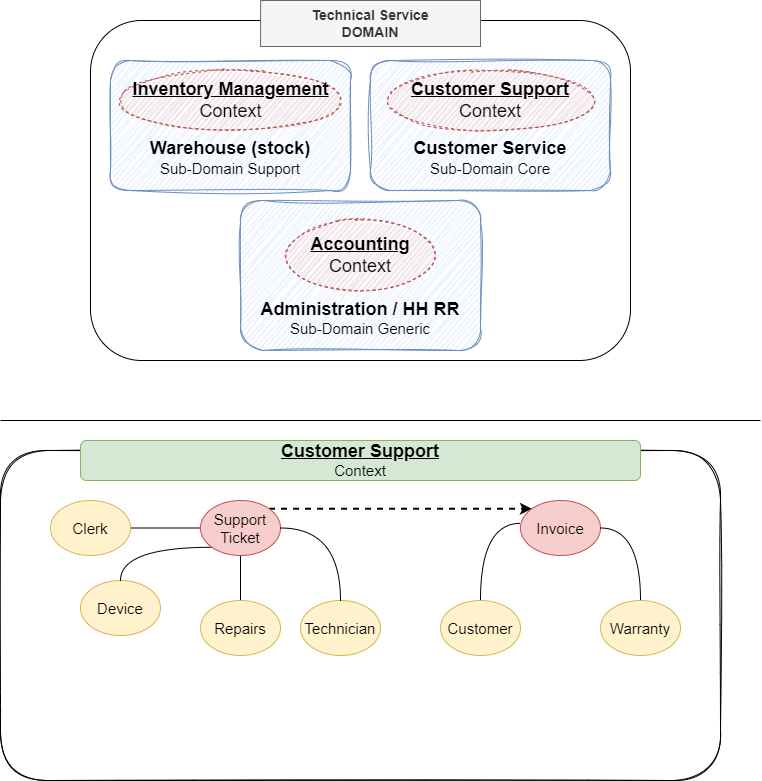
Earlier version of the draw.io export assets/DDD-ServicioTecnico-EdinsonAcosta-BigPicture-Corrected.png (training-practice-sofkau/C1-2023--DDD-Uruguay). Source tidied: cells renumbered, new cells last; positions are measured from the earlier drawing's top-left corner, leaving out a move shared by most shapes.
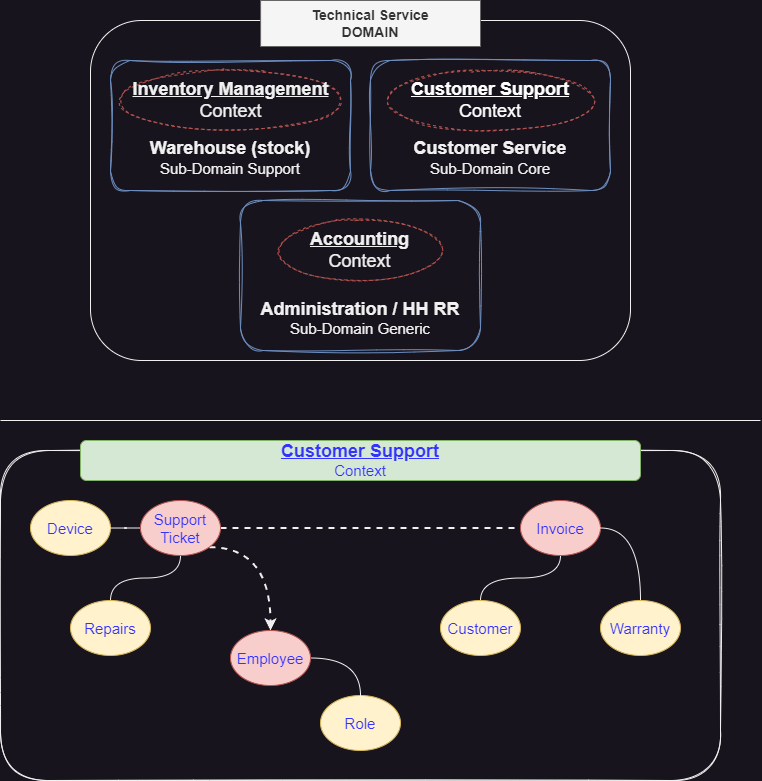
The same file after the commit.

What changed in the source:
```diff
@@ -8,34 +8,34 @@
     <mxCell id="3" style="rounded=1;whiteSpace=wrap;html=1;fillColor=none;" parent="2" vertex="1">
       <mxGeometry y="20" width="540" height="340" as="geometry" />
     </mxCell>
+    <mxCell id="8" style="group;" parent="2" vertex="1">
+      <mxGeometry x="20" y="60" width="240" height="130" as="geometry" />
+    </mxCell>
+    <mxCell id="9" value="&lt;font style=&quot;&quot;&gt;&lt;b style=&quot;font-size: 18px;&quot;&gt;&lt;br&gt;&lt;br&gt;&lt;br&gt;Warehouse (stock)&lt;/b&gt;&lt;br&gt;&lt;font style=&quot;font-size: 15px;&quot;&gt;Sub-Domain Support&lt;/font&gt;&lt;br&gt;&lt;/font&gt;" style="text;html=1;align=center;verticalAlign=middle;whiteSpace=wrap;rounded=1;fontSize=12;fillColor=none;strokeColor=#6c8ebf;sketch=1;curveFitting=1;jiggle=2;" parent="8" vertex="1">
+      <mxGeometry width="240" height="130" as="geometry" />
+    </mxCell>
+    <mxCell id="10" value="&lt;u style=&quot;font-weight: bold;&quot;&gt;Inventory Management&lt;/u&gt;&lt;br&gt;Context" style="ellipse;whiteSpace=wrap;html=1;rounded=1;dashed=1;sketch=1;fontSize=18;fillColor=none;strokeColor=#b85450;" parent="8" vertex="1">
+      <mxGeometry x="7.5" y="10" width="225" height="60" as="geometry" />
+    </mxCell>
     <mxCell id="4" value="&lt;span style=&quot;font-size: 14px;&quot;&gt;&lt;b&gt;Technical Service&lt;br&gt;DOMAIN&lt;br&gt;&lt;/b&gt;&lt;/span&gt;" style="text;html=1;strokeColor=#666666;fillColor=#f5f5f5;align=center;verticalAlign=middle;whiteSpace=wrap;rounded=0;fontSize=12;fontColor=#333333;" parent="2" vertex="1">
       <mxGeometry x="170.1" width="219.9" height="46" as="geometry" />
     </mxCell>
     <mxCell id="5" style="group;" parent="2" vertex="1">
       <mxGeometry x="150" y="200" width="240" height="150" as="geometry" />
     </mxCell>
-    <mxCell id="6" value="&lt;b style=&quot;font-size: 18px;&quot;&gt;&lt;br&gt;&lt;br&gt;&lt;br&gt;&lt;br&gt;Administration / HH RR&lt;/b&gt;&lt;br&gt;&lt;font style=&quot;font-size: 15px;&quot;&gt;Sub-Domain Generic&lt;/font&gt;" style="text;html=1;strokeColor=#6c8ebf;fillColor=#dae8fc;align=center;verticalAlign=middle;whiteSpace=wrap;rounded=1;fontSize=12;sketch=1;curveFitting=1;jiggle=2;" parent="5" vertex="1">
+    <mxCell id="6" value="&lt;b style=&quot;font-size: 18px;&quot;&gt;&lt;br&gt;&lt;br&gt;&lt;br&gt;&lt;br&gt;Administration / HH RR&lt;/b&gt;&lt;br&gt;&lt;font style=&quot;font-size: 15px;&quot;&gt;Sub-Domain Generic&lt;/font&gt;" style="text;html=1;strokeColor=#6c8ebf;fillColor=none;align=center;verticalAlign=middle;whiteSpace=wrap;rounded=1;fontSize=12;sketch=1;curveFitting=1;jiggle=2;" parent="5" vertex="1">
       <mxGeometry width="240" height="150" as="geometry" />
     </mxCell>
-    <mxCell id="7" value="&lt;u style=&quot;font-weight: bold;&quot;&gt;Accounting&lt;/u&gt;&lt;br&gt;Context" style="ellipse;whiteSpace=wrap;html=1;rounded=1;dashed=1;sketch=1;fontSize=18;fillColor=#f8cecc;strokeColor=#b85450;" parent="5" vertex="1">
-      <mxGeometry x="45" y="20" width="150" height="70" as="geometry" />
+    <mxCell id="7" value="&lt;u style=&quot;font-weight: bold;&quot;&gt;Accounting&lt;/u&gt;&lt;br&gt;Context" style="ellipse;whiteSpace=wrap;html=1;rounded=1;dashed=1;sketch=1;fontSize=18;fillColor=none;strokeColor=#b85450;" parent="5" vertex="1">
+      <mxGeometry x="37.5" y="20" width="165" height="60" as="geometry" />
     </mxCell>
-    <mxCell id="8" style="group;" parent="2" vertex="1">
-      <mxGeometry x="20" y="60" width="240" height="130" as="geometry" />
-    </mxCell>
-    <mxCell id="9" value="&lt;font style=&quot;&quot;&gt;&lt;b style=&quot;font-size: 18px;&quot;&gt;&lt;br&gt;&lt;br&gt;&lt;br&gt;Warehouse (stock)&lt;/b&gt;&lt;br&gt;&lt;font style=&quot;font-size: 15px;&quot;&gt;Sub-Domain Support&lt;/font&gt;&lt;br&gt;&lt;/font&gt;" style="text;html=1;align=center;verticalAlign=middle;whiteSpace=wrap;rounded=1;fontSize=12;fillColor=#dae8fc;strokeColor=#6c8ebf;sketch=1;curveFitting=1;jiggle=2;" parent="8" vertex="1">
-      <mxGeometry width="240" height="130" as="geometry" />
-    </mxCell>
-    <mxCell id="10" value="&lt;u style=&quot;font-weight: bold;&quot;&gt;Inventory Management&lt;/u&gt;&lt;br&gt;Context" style="ellipse;whiteSpace=wrap;html=1;rounded=1;dashed=1;sketch=1;fontSize=18;fillColor=#f8cecc;strokeColor=#b85450;" parent="8" vertex="1">
-      <mxGeometry x="7.5" y="10" width="225" height="60" as="geometry" />
-    </mxCell>
     <mxCell id="11" style="group;" parent="2" vertex="1">
       <mxGeometry x="280" y="60" width="240" height="130" as="geometry" />
     </mxCell>
-    <mxCell id="12" value="&lt;font style=&quot;&quot;&gt;&lt;b style=&quot;font-size: 18px;&quot;&gt;&lt;br&gt;&lt;br&gt;&lt;br&gt;Customer Service&lt;/b&gt;&lt;br&gt;&lt;font style=&quot;font-size: 15px;&quot;&gt;Sub-Domain Core&lt;/font&gt;&lt;br&gt;&lt;/font&gt;" style="text;html=1;strokeColor=#6c8ebf;fillColor=#dae8fc;align=center;verticalAlign=middle;whiteSpace=wrap;rounded=1;fontSize=12;sketch=1;curveFitting=1;jiggle=2;" parent="11" vertex="1">
+    <mxCell id="12" value="&lt;font style=&quot;&quot;&gt;&lt;b style=&quot;font-size: 18px;&quot;&gt;&lt;br&gt;&lt;br&gt;&lt;br&gt;Customer Service&lt;/b&gt;&lt;br&gt;&lt;font style=&quot;font-size: 15px;&quot;&gt;Sub-Domain Core&lt;/font&gt;&lt;br&gt;&lt;/font&gt;" style="text;html=1;strokeColor=#6c8ebf;fillColor=none;align=center;verticalAlign=middle;whiteSpace=wrap;rounded=1;fontSize=12;sketch=1;curveFitting=1;jiggle=2;" parent="11" vertex="1">
       <mxGeometry width="240" height="130" as="geometry" />
     </mxCell>
-    <mxCell id="13" value="&lt;b&gt;&lt;u&gt;Customer Support&lt;br&gt;&lt;/u&gt;&lt;/b&gt;Context" style="ellipse;whiteSpace=wrap;html=1;rounded=1;dashed=1;sketch=1;fontSize=18;fillColor=#f8cecc;strokeColor=#b85450;" parent="11" vertex="1">
+    <mxCell id="13" value="&lt;b&gt;&lt;u&gt;Customer Support&lt;br&gt;&lt;/u&gt;&lt;/b&gt;Context" style="ellipse;whiteSpace=wrap;html=1;rounded=1;dashed=1;sketch=1;fontSize=18;fillColor=none;strokeColor=#b85450;fontColor=#FFFFFF;" parent="11" vertex="1">
       <mxGeometry x="15" y="10" width="210" height="60" as="geometry" />
     </mxCell>
     <mxCell id="14" style="endArrow=none;html=1;rounded=0;fontSize=18;curved=1;" parent="1" edge="1">
@@ -47,53 +47,53 @@
     <mxCell id="15" style="rounded=1;whiteSpace=wrap;html=1;sketch=1;fontSize=18;fillColor=none;" parent="1" vertex="1">
       <mxGeometry y="450" width="720" height="330" as="geometry" />
     </mxCell>
-    <mxCell id="16" value="&lt;b style=&quot;border-color: var(--border-color); font-size: 18px;&quot;&gt;&lt;u style=&quot;border-color: var(--border-color);&quot;&gt;Customer Support&lt;br style=&quot;border-color: var(--border-color);&quot;&gt;&lt;/u&gt;&lt;/b&gt;Context" style="text;html=1;strokeColor=#82b366;fillColor=#d5e8d4;align=center;verticalAlign=middle;whiteSpace=wrap;rounded=1;fontSize=15;" parent="1" vertex="1">
+    <mxCell id="16" value="&lt;b style=&quot;border-color: var(--border-color); font-size: 18px;&quot;&gt;&lt;u style=&quot;border-color: var(--border-color);&quot;&gt;Customer Support&lt;br style=&quot;border-color: var(--border-color);&quot;&gt;&lt;/u&gt;&lt;/b&gt;Context" style="text;html=1;strokeColor=#82b366;fillColor=#d5e8d4;align=center;verticalAlign=middle;whiteSpace=wrap;rounded=1;fontSize=15;fontColor=#3333FF;" parent="1" vertex="1">
       <mxGeometry x="80" y="440" width="560" height="40" as="geometry" />
     </mxCell>
-    <mxCell id="17" style="edgeStyle=orthogonalEdgeStyle;curved=1;rounded=0;jettySize=auto;html=1;entryX=0;entryY=0.415;entryDx=0;entryDy=0;entryPerimeter=0;fontSize=15;endArrow=none;endFill=0;exitX=0.5;exitY=0;exitDx=0;exitDy=0;" parent="1" edge="1" source="18" target="25">
+    <mxCell id="17" style="edgeStyle=orthogonalEdgeStyle;curved=1;rounded=0;jettySize=auto;html=1;fontSize=15;endArrow=none;endFill=0;exitX=0.5;exitY=0;exitDx=0;exitDy=0;" parent="1" edge="1" source="18" target="25">
       <mxGeometry relative="1" as="geometry" />
     </mxCell>
-    <mxCell id="18" value="Customer" style="ellipse;whiteSpace=wrap;html=1;rounded=1;sketch=0;fontSize=15;fillColor=#fff2cc;strokeColor=#d6b656;" parent="1" vertex="1">
+    <mxCell id="18" value="Customer" style="ellipse;whiteSpace=wrap;html=1;rounded=1;sketch=0;fontSize=15;fillColor=#fff2cc;strokeColor=#d6b656;fontColor=#3333FF;" parent="1" vertex="1">
       <mxGeometry x="440" y="600" width="80" height="55" as="geometry" />
     </mxCell>
-    <mxCell id="19" value="Device" style="ellipse;whiteSpace=wrap;html=1;rounded=1;sketch=0;fontSize=15;fillColor=#fff2cc;strokeColor=#d6b656;" parent="1" vertex="1">
-      <mxGeometry x="80" y="580" width="80" height="55" as="geometry" />
+    <mxCell id="19" value="Device" style="ellipse;whiteSpace=wrap;html=1;rounded=1;sketch=0;fontSize=15;fillColor=#fff2cc;strokeColor=#d6b656;fontColor=#3333FF;" parent="1" vertex="1">
+      <mxGeometry x="30" y="500" width="80" height="55" as="geometry" />
     </mxCell>
-    <mxCell id="20" style="edgeStyle=orthogonalEdgeStyle;curved=1;rounded=0;jettySize=auto;html=1;fontSize=15;endArrow=none;endFill=0;" parent="1" edge="1" source="24" target="27">
-      <mxGeometry relative="1" as="geometry" />
-    </mxCell>
-    <mxCell id="21" style="edgeStyle=orthogonalEdgeStyle;curved=1;rounded=0;jettySize=auto;html=1;exitX=0;exitY=1;exitDx=0;exitDy=0;fontSize=15;endArrow=none;endFill=0;" parent="1" edge="1" source="24" target="19">
+    <mxCell id="21" style="edgeStyle=orthogonalEdgeStyle;curved=1;rounded=0;jettySize=auto;html=1;exitX=0;exitY=0.5;exitDx=0;exitDy=0;fontSize=15;endArrow=none;endFill=0;" parent="1" edge="1" source="24" target="19">
       <mxGeometry relative="1" as="geometry" />
     </mxCell>
     <mxCell id="22" style="edgeStyle=orthogonalEdgeStyle;curved=1;rounded=0;jettySize=auto;html=1;exitX=0.5;exitY=1;exitDx=0;exitDy=0;entryX=0.5;entryY=0;entryDx=0;entryDy=0;fontSize=15;endArrow=none;endFill=0;" parent="1" edge="1" source="24" target="29">
       <mxGeometry relative="1" as="geometry" />
     </mxCell>
-    <mxCell id="23" style="edgeStyle=orthogonalEdgeStyle;rounded=0;jettySize=auto;html=1;exitX=1;exitY=0;exitDx=0;exitDy=0;entryX=0;entryY=0;entryDx=0;entryDy=0;strokeWidth=2;fontSize=14;endArrow=classic;endFill=1;dashed=1;" parent="1" edge="1" source="24" target="25">
+    <mxCell id="23" style="edgeStyle=orthogonalEdgeStyle;rounded=0;jettySize=auto;html=1;exitX=1;exitY=0.5;exitDx=0;exitDy=0;entryX=0;entryY=0.5;entryDx=0;entryDy=0;strokeWidth=2;fontSize=14;endArrow=none;endFill=0;dashed=1;" parent="1" edge="1" source="24" target="25">
       <mxGeometry relative="1" as="geometry" />
     </mxCell>
+    <mxCell id="32" style="edgeStyle=orthogonalEdgeStyle;rounded=0;jettySize=auto;html=1;exitX=1;exitY=1;exitDx=0;exitDy=0;curved=1;dashed=1;strokeWidth=2;" parent="1" edge="1" source="24" target="33">
+      <mxGeometry relative="1" as="geometry" />
+    </mxCell>
-    <mxCell id="24" value="Support Ticket" style="ellipse;whiteSpace=wrap;html=1;rounded=1;sketch=0;fontSize=15;fillColor=#f8cecc;strokeColor=#b85450;" parent="1" vertex="1">
-      <mxGeometry x="200" y="500" width="80" height="55" as="geometry" />
+    <mxCell id="24" value="Support Ticket" style="ellipse;whiteSpace=wrap;html=1;rounded=1;sketch=0;fontSize=15;fillColor=#f8cecc;strokeColor=#b85450;fontColor=#3333FF;" parent="1" vertex="1">
+      <mxGeometry x="140" y="500" width="80" height="55" as="geometry" />
     </mxCell>
-    <mxCell id="25" value="Invoice" style="ellipse;whiteSpace=wrap;html=1;rounded=1;sketch=0;fontSize=15;fillColor=#f8cecc;strokeColor=#b85450;" parent="1" vertex="1">
+    <mxCell id="25" value="Invoice" style="ellipse;whiteSpace=wrap;html=1;rounded=1;sketch=0;fontSize=15;fillColor=#f8cecc;strokeColor=#b85450;fontColor=#3333FF;" parent="1" vertex="1">
       <mxGeometry x="520" y="500" width="80" height="55" as="geometry" />
     </mxCell>
-    <mxCell id="26" value="Technician" style="ellipse;whiteSpace=wrap;html=1;rounded=1;sketch=0;fontSize=15;fillColor=#fff2cc;strokeColor=#d6b656;" parent="1" vertex="1">
-      <mxGeometry x="300" y="600" width="80" height="55" as="geometry" />
+    <mxCell id="26" value="Role" style="ellipse;whiteSpace=wrap;html=1;rounded=1;sketch=0;fontSize=15;fillColor=#fff2cc;strokeColor=#d6b656;fontColor=#3333FF;" parent="1" vertex="1">
+      <mxGeometry x="320" y="695" width="80" height="55" as="geometry" />
     </mxCell>
-    <mxCell id="27" value="Clerk" style="ellipse;whiteSpace=wrap;html=1;rounded=1;sketch=0;fontSize=15;fillColor=#fff2cc;strokeColor=#d6b656;" parent="1" vertex="1">
-      <mxGeometry x="50" y="500" width="80" height="55" as="geometry" />
-    </mxCell>
-    <mxCell id="28" style="edgeStyle=orthogonalEdgeStyle;curved=1;rounded=0;jettySize=auto;html=1;entryX=0.5;entryY=0;entryDx=0;entryDy=0;fontSize=15;endArrow=none;endFill=0;exitX=1;exitY=0.5;exitDx=0;exitDy=0;" parent="1" edge="1" source="24" target="26">
+    <mxCell id="28" style="edgeStyle=orthogonalEdgeStyle;curved=1;rounded=0;jettySize=auto;html=1;entryX=0.5;entryY=0;entryDx=0;entryDy=0;fontSize=15;endArrow=none;endFill=0;exitX=1;exitY=0.5;exitDx=0;exitDy=0;" parent="1" edge="1" source="33" target="26">
       <mxGeometry relative="1" as="geometry" />
     </mxCell>
-    <mxCell id="29" value="Repairs" style="ellipse;whiteSpace=wrap;html=1;rounded=1;sketch=0;fontSize=15;fillColor=#fff2cc;strokeColor=#d6b656;" parent="1" vertex="1">
-      <mxGeometry x="200" y="600" width="80" height="55" as="geometry" />
+    <mxCell id="29" value="Repairs" style="ellipse;whiteSpace=wrap;html=1;rounded=1;sketch=0;fontSize=15;fillColor=#fff2cc;strokeColor=#d6b656;fontColor=#3333FF;" parent="1" vertex="1">
+      <mxGeometry x="70" y="600" width="80" height="55" as="geometry" />
     </mxCell>
     <mxCell id="30" style="edgeStyle=orthogonalEdgeStyle;curved=1;rounded=0;jettySize=auto;html=1;fontSize=15;endArrow=none;endFill=0;exitX=0.5;exitY=0;exitDx=0;exitDy=0;entryX=1;entryY=0.5;entryDx=0;entryDy=0;" parent="1" edge="1" source="31" target="25">
       <mxGeometry relative="1" as="geometry" />
     </mxCell>
-    <mxCell id="31" value="Warranty" style="ellipse;whiteSpace=wrap;html=1;rounded=1;sketch=0;fontSize=15;fillColor=#fff2cc;strokeColor=#d6b656;" parent="1" vertex="1">
+    <mxCell id="31" value="Warranty" style="ellipse;whiteSpace=wrap;html=1;rounded=1;sketch=0;fontSize=15;fillColor=#fff2cc;strokeColor=#d6b656;fontColor=#3333FF;" parent="1" vertex="1">
       <mxGeometry x="600" y="600" width="80" height="55" as="geometry" />
     </mxCell>
+    <mxCell id="33" value="Employee" style="ellipse;whiteSpace=wrap;html=1;rounded=1;sketch=0;fontSize=15;fillColor=#f8cecc;strokeColor=#b85450;fontColor=#3333FF;" parent="1" vertex="1">
+      <mxGeometry x="230" y="630" width="80" height="55" as="geometry" />
+    </mxCell>
   </root>
 </mxGraphModel>
```
